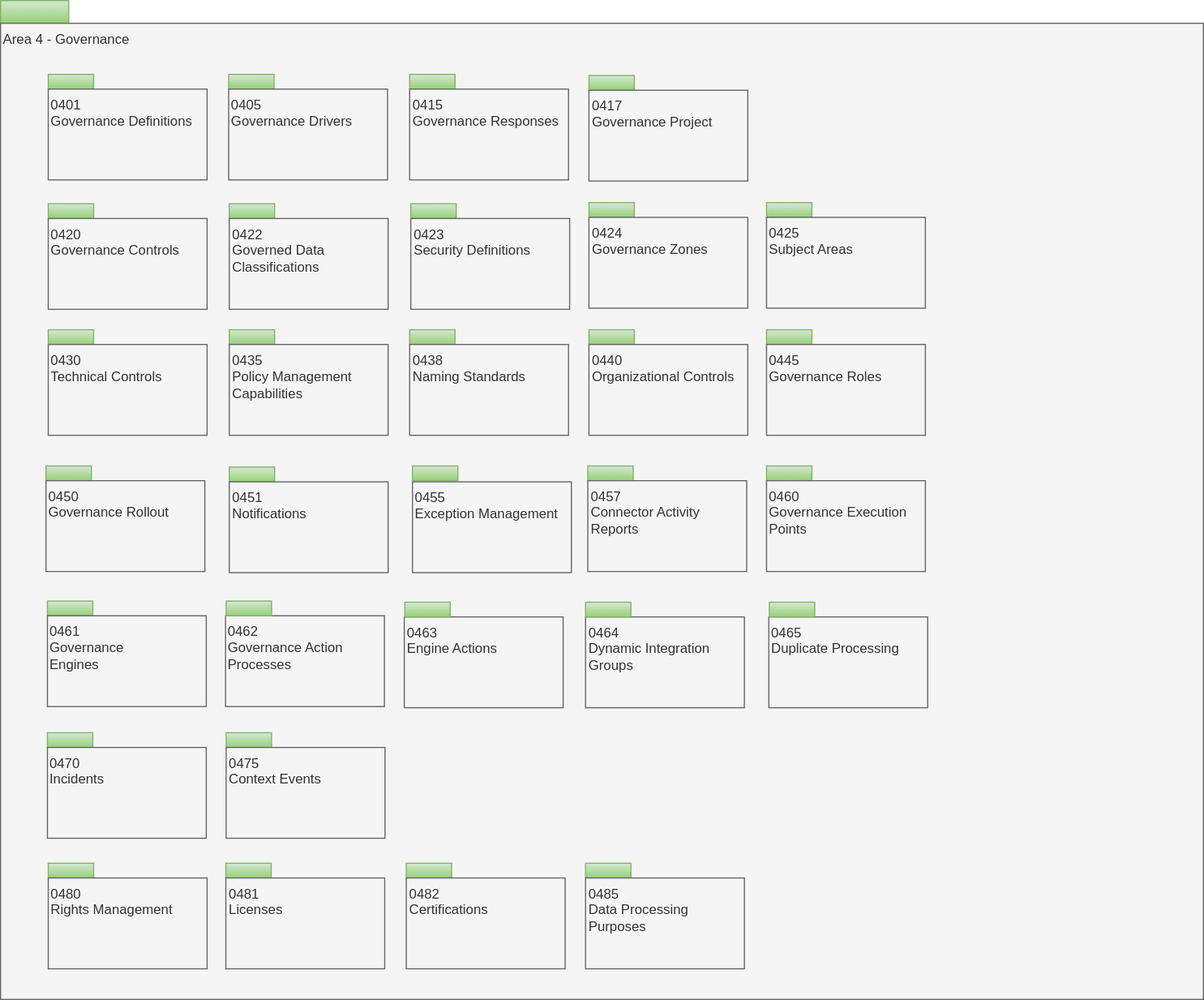
Above: site/docs/types/4/area-4-governance-overview.svg in odpi/egeria-docs (draw.io), before the change. Source tidied: cells renumbered, new cells last; positions are measured from the earlier drawing's top-left corner, leaving out a move shared by most shapes.
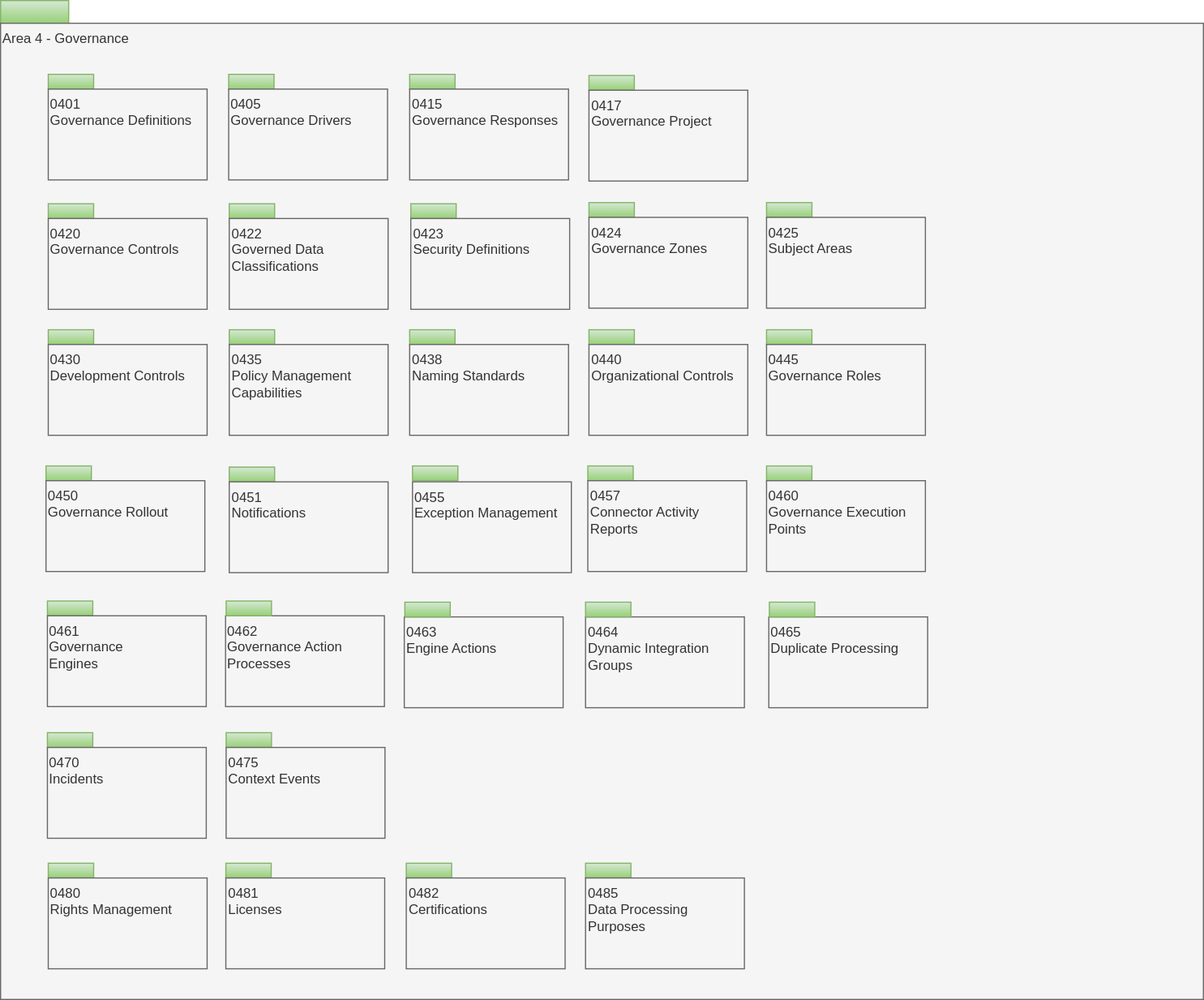
Later version of the same file.

Change to the diagram source:
```diff
@@ -134,7 +134,7 @@
     <mxCell id="45" style="rounded=0;whiteSpace=wrap;html=1;align=left;fillColor=#d5e8d4;strokeColor=#82b366;gradientColor=#97d077;" parent="1" vertex="1">
       <mxGeometry x="42" y="290" width="40" height="13" as="geometry" />
     </mxCell>
-    <mxCell id="46" value="0430&lt;br&gt;Technical Controls" style="rounded=0;whiteSpace=wrap;html=1;align=left;verticalAlign=top;fillColor=#f5f5f5;fontColor=#333333;strokeColor=#666666;" parent="1" vertex="1">
+    <mxCell id="46" value="0430&lt;br&gt;Development Controls" style="rounded=0;whiteSpace=wrap;html=1;align=left;verticalAlign=top;fillColor=#f5f5f5;fontColor=#333333;strokeColor=#666666;" parent="1" vertex="1">
       <mxGeometry x="42" y="303" width="140" height="80" as="geometry" />
     </mxCell>
     <mxCell id="47" style="rounded=0;whiteSpace=wrap;html=1;align=left;fillColor=#d5e8d4;strokeColor=#82b366;gradientColor=#97d077;" parent="1" vertex="1">
```
